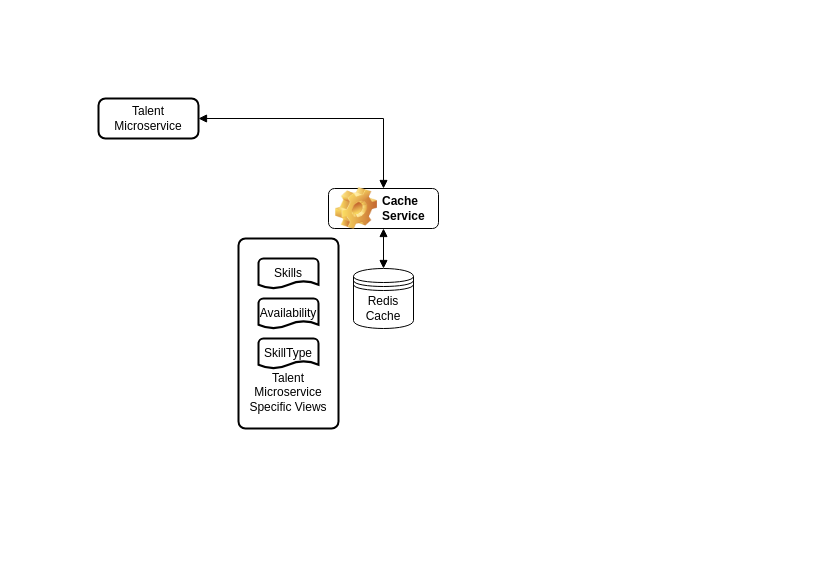
bharatpandey1187/.NETAPPS keeps this draw.io diagram as CachingImplementation_MasterData.drawio. Above is the earlier version. Source tidied: cells renumbered, new cells numbered last; positions are measured from the earlier drawing's top-left corner, leaving out a move shared by most shapes. Both pictures are drawn from the tidied source at 100%, with x=0, y=0 at pixel (98, 98).
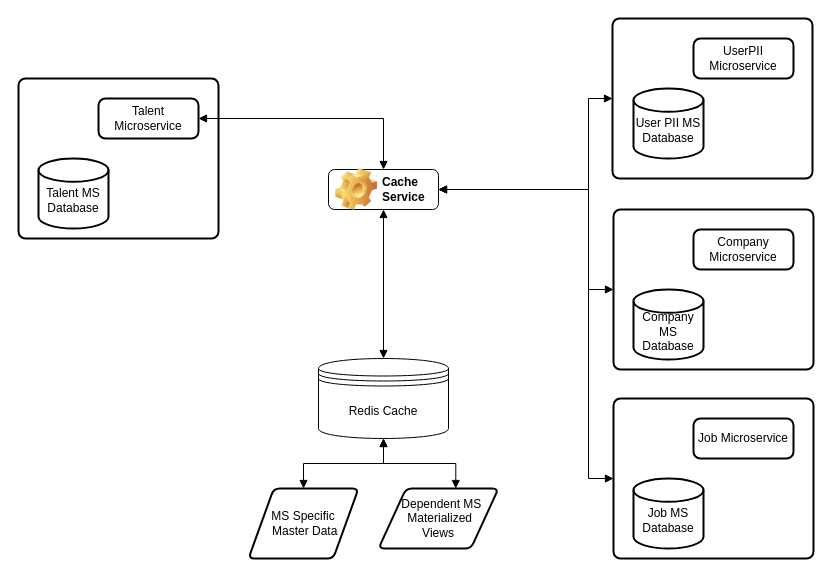
The same page after the edit.

What changed in the source:
```diff
@@
-    <mxCell id="2" value="&lt;p style=&quot;line-height: 120%&quot;&gt;Talent Microservice Specific Views&lt;/p&gt;" style="rounded=1;whiteSpace=wrap;html=1;absoluteArcSize=1;arcSize=14;strokeWidth=2;verticalAlign=bottom;" parent="1" vertex="1">
-      <mxGeometry x="140" y="140" width="100" height="190" as="geometry" />
-    </mxCell>
+    <mxCell id="11" style="rounded=1;whiteSpace=wrap;html=1;absoluteArcSize=1;arcSize=14;strokeWidth=2;" parent="1" vertex="1">
+      <mxGeometry x="-80" y="-20" width="200" height="160" as="geometry" />
+    </mxCell>
@@
+    <mxCell id="12" style="edgeStyle=orthogonalEdgeStyle;rounded=0;sketch=0;jettySize=auto;html=1;entryX=0.644;entryY=0;entryDx=0;entryDy=0;entryPerimeter=0;startArrow=block;startFill=1;endArrow=block;endFill=1;" parent="1" edge="1" source="5" target="28">
+      <mxGeometry relative="1" as="geometry" />
+    </mxCell>
     <mxCell id="5" value="Redis Cache" style="shape=datastore;whiteSpace=wrap;html=1;" parent="1" vertex="1">
-      <mxGeometry x="255" y="170" width="60" height="60" as="geometry" />
+      <mxGeometry x="220" y="260" width="130" height="80" as="geometry" />
     </mxCell>
@@
     <mxCell id="7" value="Cache Service" style="label;whiteSpace=wrap;html=1;image=img/clipart/Gear_128x128.png;" parent="1" vertex="1">
-      <mxGeometry x="230" y="90" width="110" height="40" as="geometry" />
+      <mxGeometry x="230" y="71" width="110" height="40" as="geometry" />
     </mxCell>
-    <mxCell id="8" value="Skills" style="strokeWidth=2;html=1;shape=mxgraph.flowchart.document2;whiteSpace=wrap;size=0.25;" parent="1" vertex="1">
-      <mxGeometry x="160" y="160" width="60" height="30" as="geometry" />
-    </mxCell>
-    <mxCell id="9" value="Availability" style="strokeWidth=2;html=1;shape=mxgraph.flowchart.document2;whiteSpace=wrap;size=0.25;" parent="1" vertex="1">
-      <mxGeometry x="160" y="200" width="60" height="30" as="geometry" />
-    </mxCell>
-    <mxCell id="10" value="SkillType" style="strokeWidth=2;html=1;shape=mxgraph.flowchart.document2;whiteSpace=wrap;size=0.25;" parent="1" vertex="1">
-      <mxGeometry x="160" y="240" width="60" height="30" as="geometry" />
-    </mxCell>
+    <mxCell id="13" value="&lt;br&gt;Talent MS Database" style="strokeWidth=2;html=1;shape=mxgraph.flowchart.database;whiteSpace=wrap;" parent="1" vertex="1">
+      <mxGeometry x="-60" y="60" width="70" height="70" as="geometry" />
+    </mxCell>
+    <mxCell id="14" style="edgeStyle=orthogonalEdgeStyle;rounded=0;sketch=0;jettySize=auto;html=1;exitX=0;exitY=0.5;exitDx=0;exitDy=0;entryX=1;entryY=0.5;entryDx=0;entryDy=0;startArrow=block;startFill=1;endArrow=block;endFill=1;" parent="1" edge="1" source="15" target="7">
+      <mxGeometry relative="1" as="geometry">
+        <Array as="points">
+          <mxPoint x="490" />
+          <mxPoint x="490" y="91" />
+        </Array>
+      </mxGeometry>
+    </mxCell>
+    <mxCell id="15" style="rounded=1;whiteSpace=wrap;html=1;absoluteArcSize=1;arcSize=14;strokeWidth=2;" parent="1" vertex="1">
+      <mxGeometry x="514" y="-80" width="200" height="160" as="geometry" />
+    </mxCell>
+    <mxCell id="16" value="UserPII Microservice" style="rounded=1;whiteSpace=wrap;html=1;absoluteArcSize=1;arcSize=14;strokeWidth=2;" parent="1" vertex="1">
+      <mxGeometry x="595" y="-60" width="100" height="40" as="geometry" />
+    </mxCell>
+    <mxCell id="17" value="&lt;br&gt;User PII MS Database" style="strokeWidth=2;html=1;shape=mxgraph.flowchart.database;whiteSpace=wrap;" parent="1" vertex="1">
+      <mxGeometry x="535" y="-10" width="70" height="70" as="geometry" />
+    </mxCell>
+    <mxCell id="18" style="edgeStyle=orthogonalEdgeStyle;rounded=0;sketch=0;jettySize=auto;html=1;startArrow=block;startFill=1;endArrow=block;endFill=1;entryX=1;entryY=0.5;entryDx=0;entryDy=0;" parent="1" edge="1" source="19" target="7">
+      <mxGeometry relative="1" as="geometry">
+        <Array as="points">
+          <mxPoint x="490" y="191" />
+          <mxPoint x="490" y="91" />
+        </Array>
+      </mxGeometry>
+    </mxCell>
+    <mxCell id="19" style="rounded=1;whiteSpace=wrap;html=1;absoluteArcSize=1;arcSize=14;strokeWidth=2;" parent="1" vertex="1">
+      <mxGeometry x="515" y="111" width="200" height="160" as="geometry" />
+    </mxCell>
+    <mxCell id="20" value="Company Microservice" style="rounded=1;whiteSpace=wrap;html=1;absoluteArcSize=1;arcSize=14;strokeWidth=2;" parent="1" vertex="1">
+      <mxGeometry x="595" y="131" width="100" height="40" as="geometry" />
+    </mxCell>
+    <mxCell id="21" value="&lt;br&gt;Company MS Database" style="strokeWidth=2;html=1;shape=mxgraph.flowchart.database;whiteSpace=wrap;" parent="1" vertex="1">
+      <mxGeometry x="535" y="191" width="70" height="70" as="geometry" />
+    </mxCell>
+    <mxCell id="22" style="rounded=1;whiteSpace=wrap;html=1;absoluteArcSize=1;arcSize=14;strokeWidth=2;" parent="1" vertex="1">
+      <mxGeometry x="515" y="300" width="200" height="160" as="geometry" />
+    </mxCell>
+    <mxCell id="23" value="Job Microservice" style="rounded=1;whiteSpace=wrap;html=1;absoluteArcSize=1;arcSize=14;strokeWidth=2;" parent="1" vertex="1">
+      <mxGeometry x="595" y="320" width="100" height="40" as="geometry" />
+    </mxCell>
+    <mxCell id="24" value="&lt;br&gt;Job MS Database" style="strokeWidth=2;html=1;shape=mxgraph.flowchart.database;whiteSpace=wrap;" parent="1" vertex="1">
+      <mxGeometry x="535" y="380" width="70" height="70" as="geometry" />
+    </mxCell>
+    <mxCell id="25" style="edgeStyle=orthogonalEdgeStyle;rounded=0;sketch=0;jettySize=auto;html=1;startArrow=block;startFill=1;endArrow=block;endFill=1;exitX=1;exitY=0.5;exitDx=0;exitDy=0;entryX=0;entryY=0.5;entryDx=0;entryDy=0;" parent="1" edge="1" source="7" target="22">
+      <mxGeometry relative="1" as="geometry">
+        <Array as="points">
+          <mxPoint x="490" y="91" />
+          <mxPoint x="490" y="380" />
+        </Array>
+      </mxGeometry>
+    </mxCell>
+    <mxCell id="26" style="edgeStyle=orthogonalEdgeStyle;rounded=0;sketch=0;jettySize=auto;html=1;entryX=0.5;entryY=1;entryDx=0;entryDy=0;startArrow=block;startFill=1;endArrow=block;endFill=1;" parent="1" edge="1" source="27" target="5">
+      <mxGeometry relative="1" as="geometry" />
+    </mxCell>
+    <mxCell id="27" value="MS Specific&lt;br&gt;&amp;nbsp;Master Data" style="shape=parallelogram;html=1;strokeWidth=2;perimeter=parallelogramPerimeter;whiteSpace=wrap;rounded=1;arcSize=12;size=0.23;" parent="1" vertex="1">
+      <mxGeometry x="150" y="390" width="110" height="70" as="geometry" />
+    </mxCell>
+    <mxCell id="28" value="&amp;nbsp; &amp;nbsp;Dependent MS&amp;nbsp;&lt;br&gt;&amp;nbsp;Materialized&lt;br&gt;Views" style="shape=parallelogram;html=1;strokeWidth=2;perimeter=parallelogramPerimeter;whiteSpace=wrap;rounded=1;arcSize=12;size=0.23;" parent="1" vertex="1">
+      <mxGeometry x="280" y="390" width="120" height="60" as="geometry" />
+    </mxCell>
```
